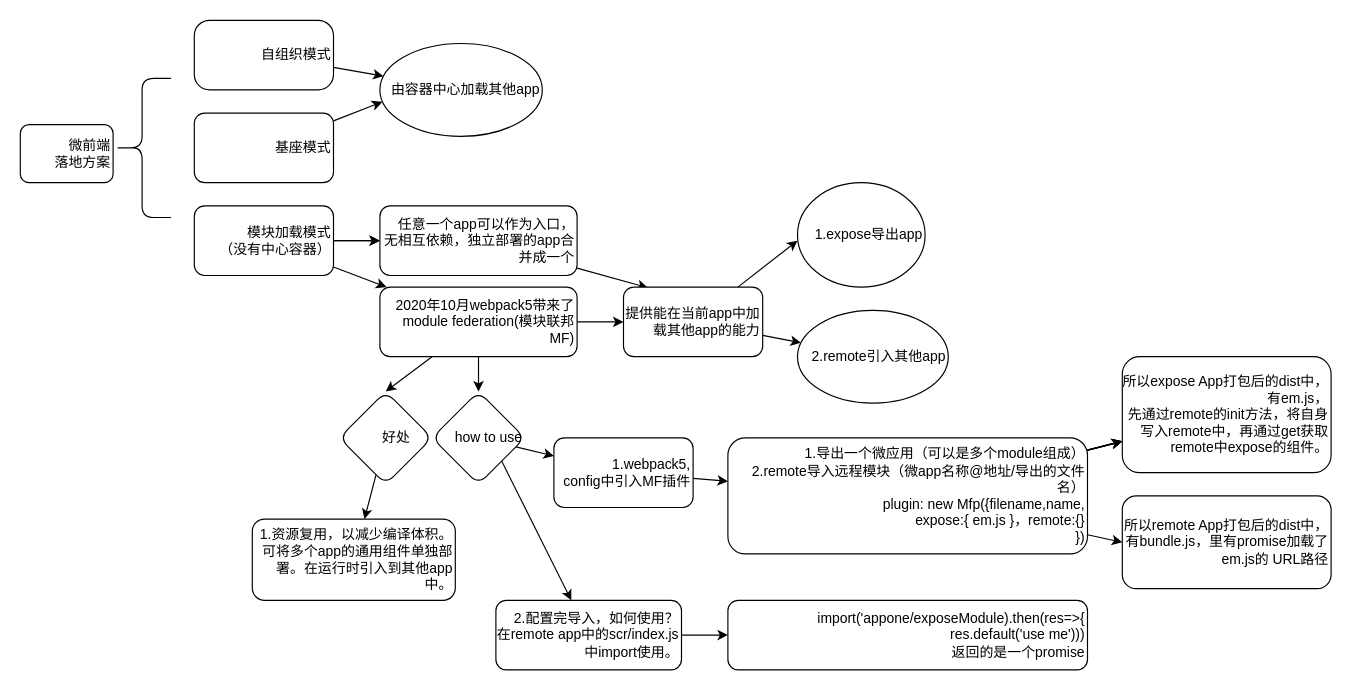
Before: micro-frontend.drawio in felory/JodyTry, a draw.io diagram. Source tidied: cells renumbered, new cells numbered last; positions are measured from the earlier drawing's top-left corner, leaving out a move shared by most shapes. Both pictures are drawn from the tidied source at 116%, with x=0, y=0 at pixel (20, 20).
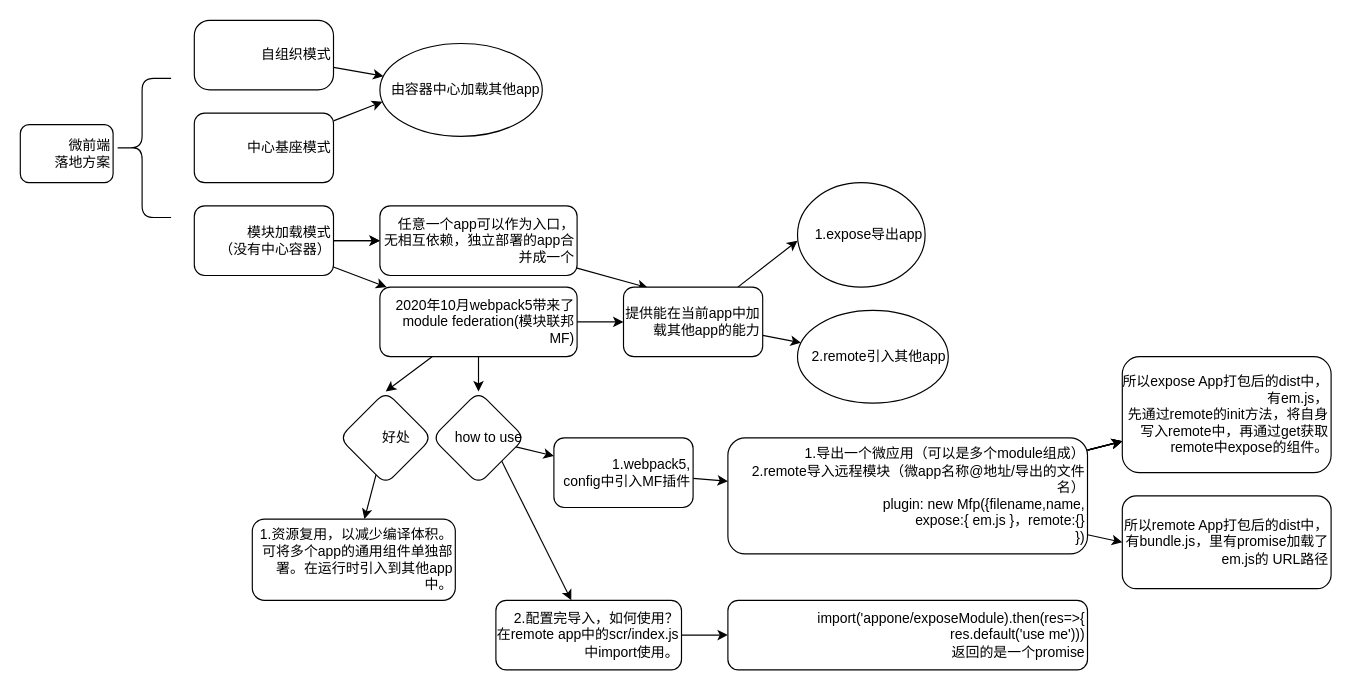
Above is the later version.

What changed in the source:
```diff
@@
-    <mxCell id="4" value="基座模式" style="whiteSpace=wrap;html=1;align=right;rounded=1;" parent="1" vertex="1">
+    <mxCell id="4" value="中心基座模式" style="whiteSpace=wrap;html=1;align=right;rounded=1;" parent="1" vertex="1">
       <mxGeometry x="150" y="80" width="120" height="60" as="geometry" />
     </mxCell>
```
